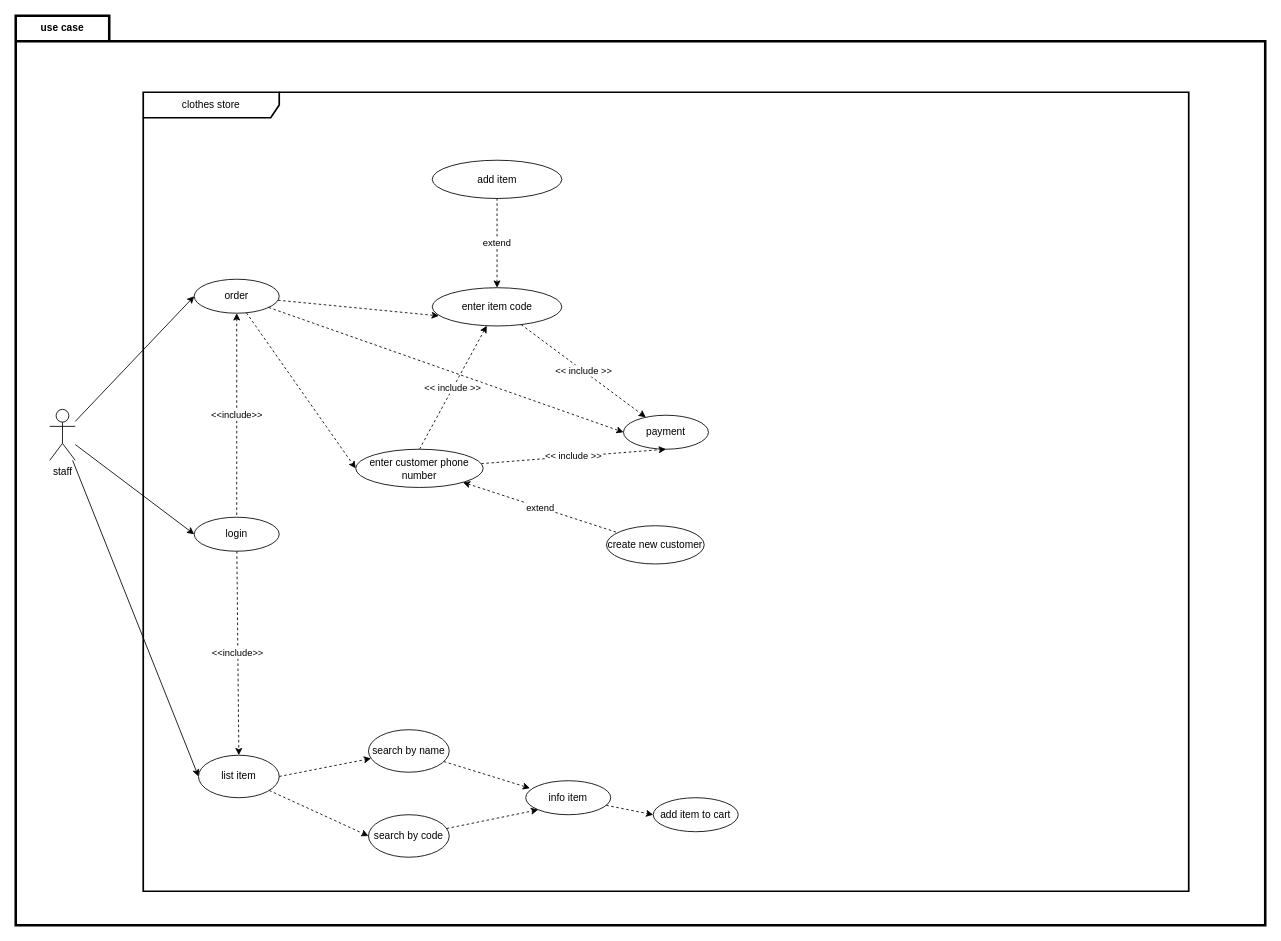
Above: page "use case" (2 of 7) of diagram/diagram.drawio in CuDuyToan/S (draw.io), before the change. Source tidied: cells renumbered, new cells numbered last; positions are measured from the earlier drawing's top-left corner, leaving out a move shared by most shapes. Both pictures are drawn from the tidied source at 85%, with x=0, y=0 at pixel (15, 15).
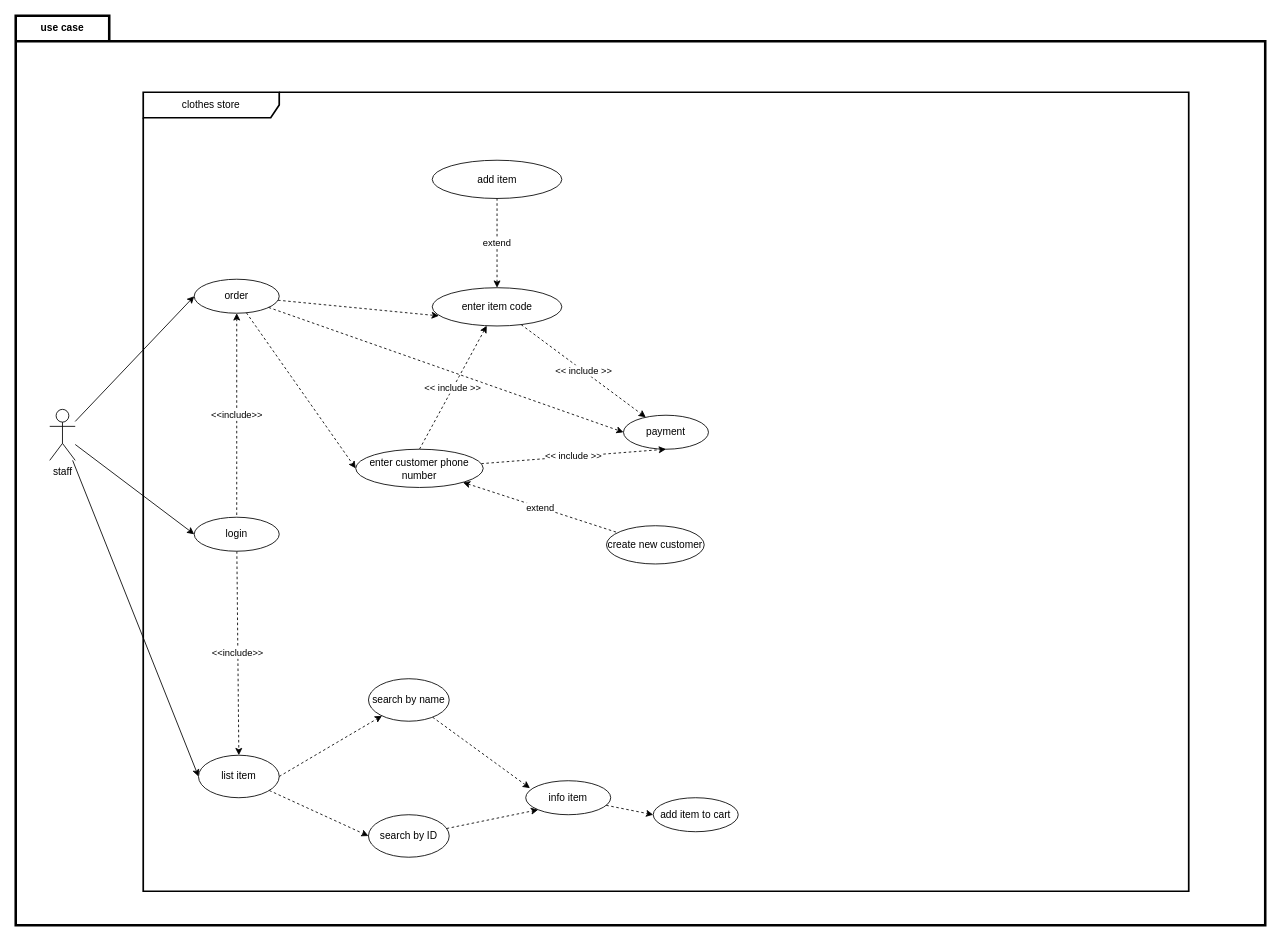
The same diagram, later.

Unchanged cells that the change refers to:
```xml
<mxCell id="2" value="use case" style="shape=folder;fontStyle=1;tabWidth=110;tabHeight=30;tabPosition=left;html=1;boundedLbl=1;labelInHeader=1;whiteSpace=wrap;fillColor=default;strokeWidth=3;" parent="1" vertex="1">
  <mxGeometry width="1470" height="1070" as="geometry" />
</mxCell>
<mxCell id="3" value="clothes store" style="shape=umlFrame;whiteSpace=wrap;html=1;width=160;strokeWidth=2;" parent="2" vertex="1">
  <mxGeometry x="150" y="90" width="1230" height="940" as="geometry" />
</mxCell>
```

What changed in the source:
```diff
@@
-    <mxCell id="4" value="search by code" style="ellipse;html=1;whiteSpace=wrap;" parent="3" vertex="1">
+    <mxCell id="4" value="search by ID" style="ellipse;html=1;whiteSpace=wrap;" parent="3" vertex="1">
       <mxGeometry x="265" y="850" width="95" height="50" as="geometry" />
     </mxCell>
@@
     <mxCell id="27" value="search by name" style="ellipse;html=1;whiteSpace=wrap;" parent="2" vertex="1">
-      <mxGeometry x="415" y="840" width="95" height="50" as="geometry" />
+      <mxGeometry x="415" y="780" width="95" height="50" as="geometry" />
     </mxCell>
```
